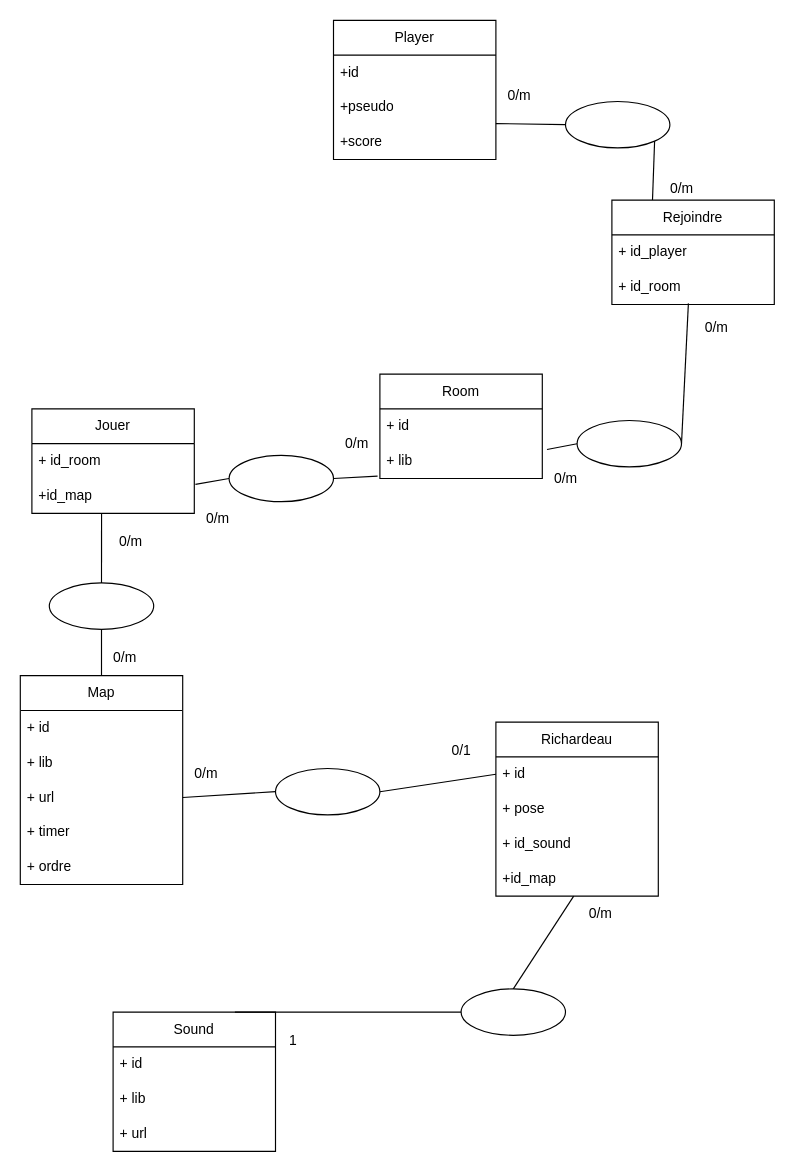
Above: doc/MCD.drawio in ben7821/richardeau (draw.io), before the change. Source tidied: cells renumbered, new cells numbered last; positions are measured from the earlier drawing's top-left corner, leaving out a move shared by most shapes. Both pictures are drawn from the tidied source at 116%, with x=0, y=0 at pixel (20, 20).
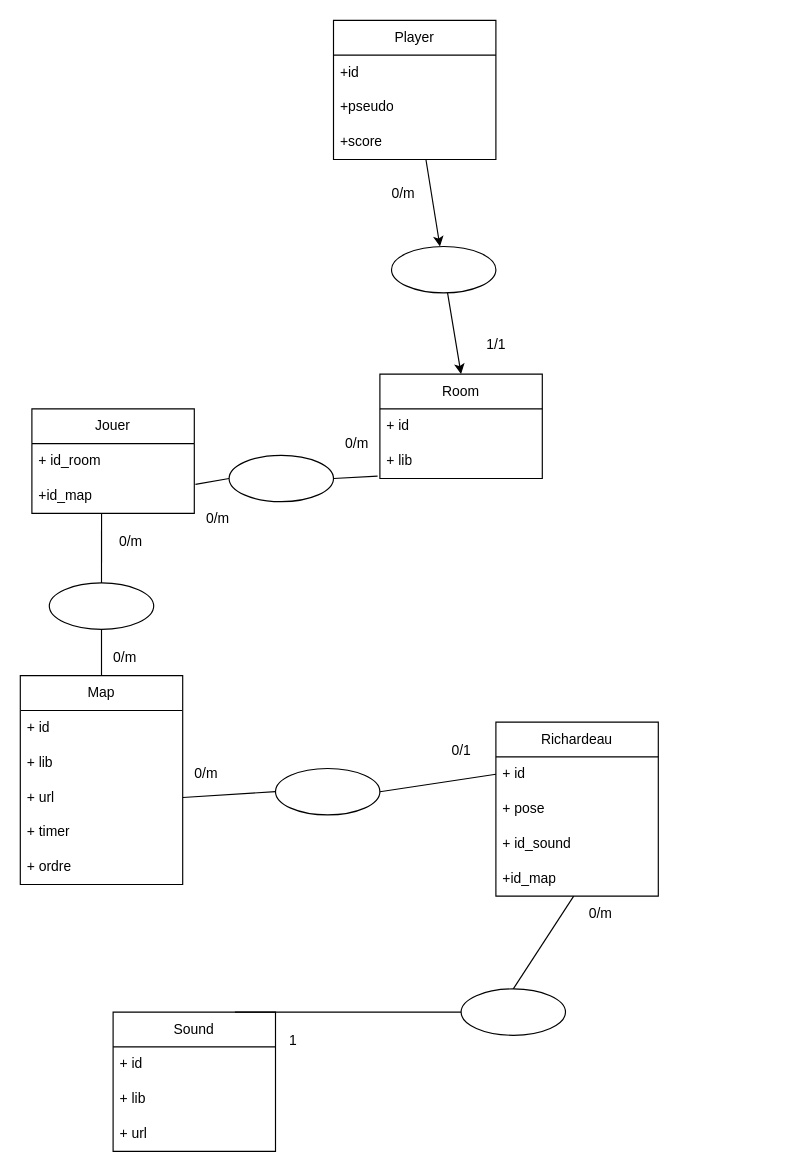
Above is the later version.

The change refers to these unchanged cells:
```xml
<mxCell id="2" value="Player" style="swimlane;fontStyle=0;horizontal=1;startSize=30;whiteSpace=wrap;html=1;" parent="1" vertex="1">
  <mxGeometry x="270" width="140" height="120" as="geometry" />
</mxCell>
<mxCell id="5" value="+score" style="text;strokeColor=none;fillColor=none;align=left;verticalAlign=middle;spacingLeft=4;spacingRight=4;overflow=hidden;points=[[0,0.5],[1,0.5]];portConstraint=eastwest;whiteSpace=wrap;html=1;" parent="2" vertex="1">
  <mxGeometry y="90" width="140" height="30" as="geometry" />
</mxCell>
<mxCell id="6" value="Room" style="swimlane;fontStyle=0;horizontal=1;startSize=30;whiteSpace=wrap;html=1;" parent="1" vertex="1">
  <mxGeometry x="310" y="305" width="140" height="90" as="geometry" />
</mxCell>
<mxCell id="8" value="+ lib" style="text;strokeColor=none;fillColor=none;align=left;verticalAlign=middle;spacingLeft=4;spacingRight=4;overflow=hidden;points=[[0,0.5],[1,0.5]];portConstraint=eastwest;whiteSpace=wrap;html=1;" parent="6" vertex="1">
  <mxGeometry y="60" width="140" height="30" as="geometry" />
</mxCell>
```

Change to the diagram source:
```diff
@@
+    <mxCell id="60" style="edgeStyle=none;html=1;" parent="1" edge="1" source="2" target="62">
+      <mxGeometry relative="1" as="geometry" />
+    </mxCell>
@@
-    <mxCell id="9" value="Rejoindre" style="swimlane;fontStyle=0;horizontal=1;startSize=30;whiteSpace=wrap;html=1;" parent="1" vertex="1">
-      <mxGeometry x="510" y="155" width="140" height="90" as="geometry" />
-    </mxCell>
-    <mxCell id="10" value="+ id_player" style="text;strokeColor=none;fillColor=none;align=left;verticalAlign=middle;spacingLeft=4;spacingRight=4;overflow=hidden;whiteSpace=wrap;html=1;" parent="9" vertex="1">
-      <mxGeometry y="30" width="140" height="30" as="geometry" />
-    </mxCell>
-    <mxCell id="11" value="+ id_room" style="text;strokeColor=none;fillColor=none;align=left;verticalAlign=middle;spacingLeft=4;spacingRight=4;overflow=hidden;points=[[0,0.5],[1,0.5]];portConstraint=eastwest;whiteSpace=wrap;html=1;" parent="9" vertex="1">
-      <mxGeometry y="60" width="140" height="30" as="geometry" />
-    </mxCell>
-    <mxCell id="12" style="edgeStyle=none;html=1;endArrow=none;endFill=0;entryX=0.25;entryY=0;entryDx=0;entryDy=0;exitX=1;exitY=1;exitDx=0;exitDy=0;" parent="1" edge="1" source="14" target="9">
-      <mxGeometry relative="1" as="geometry" />
-    </mxCell>
-    <mxCell id="13" style="edgeStyle=none;html=1;exitX=0;exitY=0.5;exitDx=0;exitDy=0;entryX=1;entryY=-0.033;entryDx=0;entryDy=0;entryPerimeter=0;endArrow=none;endFill=0;" parent="1" edge="1" source="14" target="5">
-      <mxGeometry relative="1" as="geometry" />
-    </mxCell>
-    <mxCell id="14" style="ellipse;whiteSpace=wrap;html=1;" parent="1" vertex="1">
-      <mxGeometry x="470" y="70" width="90" height="40" as="geometry" />
-    </mxCell>
-    <mxCell id="15" style="edgeStyle=none;html=1;exitX=1;exitY=0.5;exitDx=0;exitDy=0;entryX=0.471;entryY=0.967;entryDx=0;entryDy=0;entryPerimeter=0;endArrow=none;endFill=0;" parent="1" edge="1" source="17" target="11">
-      <mxGeometry relative="1" as="geometry" />
-    </mxCell>
-    <mxCell id="16" style="edgeStyle=none;html=1;exitX=0;exitY=0.5;exitDx=0;exitDy=0;entryX=1.029;entryY=0.167;entryDx=0;entryDy=0;entryPerimeter=0;endArrow=none;endFill=0;" parent="1" edge="1" source="17" target="8">
-      <mxGeometry relative="1" as="geometry" />
-    </mxCell>
-    <mxCell id="17" style="ellipse;whiteSpace=wrap;html=1;" parent="1" vertex="1">
-      <mxGeometry x="480" y="345" width="90" height="40" as="geometry" />
-    </mxCell>
@@
-    <mxCell id="56" value="0/m" style="text;html=1;align=center;verticalAlign=middle;strokeColor=none;fillColor=none;" parent="1" vertex="1">
-      <mxGeometry x="450" y="380" width="40" height="30" as="geometry" />
-    </mxCell>
-    <mxCell id="57" value="0/m" style="text;html=1;align=center;verticalAlign=middle;strokeColor=none;fillColor=none;" parent="1" vertex="1">
-      <mxGeometry x="580" y="250" width="40" height="30" as="geometry" />
-    </mxCell>
-    <mxCell id="58" value="0/m" style="text;html=1;align=center;verticalAlign=middle;strokeColor=none;fillColor=none;" parent="1" vertex="1">
-      <mxGeometry x="550" y="130" width="40" height="30" as="geometry" />
-    </mxCell>
-    <mxCell id="59" value="0/m" style="text;html=1;align=center;verticalAlign=middle;strokeColor=none;fillColor=none;" parent="1" vertex="1">
-      <mxGeometry x="410" y="50" width="40" height="30" as="geometry" />
-    </mxCell>
+    <mxCell id="61" style="edgeStyle=none;html=1;entryX=0.5;entryY=0;entryDx=0;entryDy=0;" parent="1" edge="1" source="62" target="6">
+      <mxGeometry relative="1" as="geometry" />
+    </mxCell>
+    <mxCell id="62" style="ellipse;whiteSpace=wrap;html=1;" parent="1" vertex="1">
+      <mxGeometry x="320" y="195" width="90" height="40" as="geometry" />
+    </mxCell>
+    <mxCell id="63" value="0/m" style="text;html=1;align=center;verticalAlign=middle;strokeColor=none;fillColor=none;" parent="1" vertex="1">
+      <mxGeometry x="310" y="135" width="40" height="30" as="geometry" />
+    </mxCell>
+    <mxCell id="64" value="1/1" style="text;html=1;align=center;verticalAlign=middle;strokeColor=none;fillColor=none;" parent="1" vertex="1">
+      <mxGeometry x="390" y="265" width="40" height="30" as="geometry" />
+    </mxCell>
```
